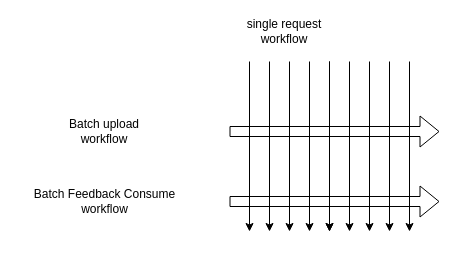
Before: page "Page-3" (3 of 9) of Untitled Diagram.drawio in dongposhi/Mimicat, a draw.io diagram. Source tidied: cells renumbered, new cells numbered last; positions are measured from the earlier drawing's top-left corner, leaving out a move shared by most shapes. Both pictures are drawn from the tidied source at 100%, with x=0, y=0 at pixel (17, 21).
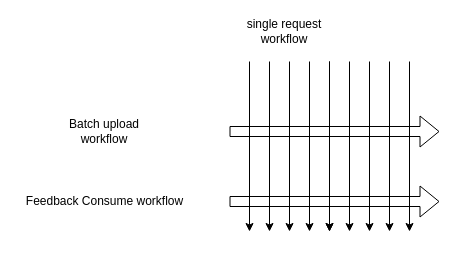
The same diagram, later.

Change to the diagram source:
```diff
@@
-    <mxCell id="15" value="Batch Feedback Consume workflow" style="text;html=1;strokeColor=none;fillColor=none;align=center;verticalAlign=middle;whiteSpace=wrap;rounded=0;" parent="1" vertex="1">
+    <mxCell id="15" value="Feedback Consume workflow" style="text;html=1;strokeColor=none;fillColor=none;align=center;verticalAlign=middle;whiteSpace=wrap;rounded=0;" parent="1" vertex="1">
       <mxGeometry x="-0.5" y="170" width="175" height="20" as="geometry" />
     </mxCell>
```
